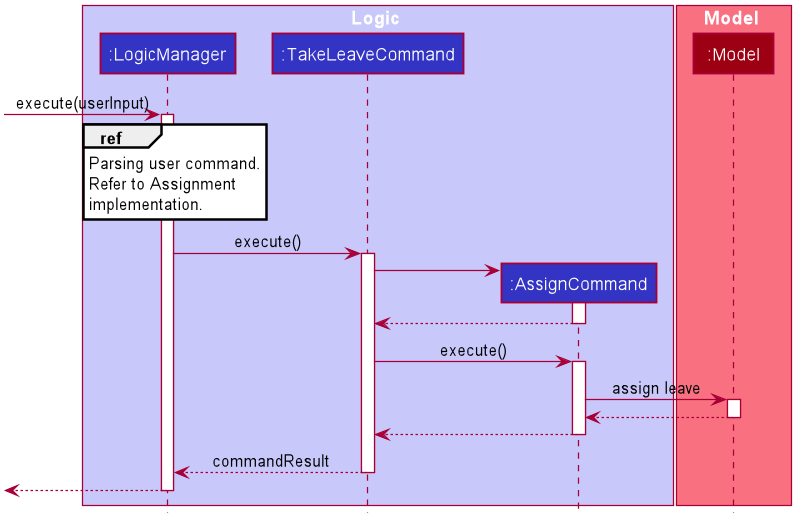
The PlantUML diagram docs/images/LeaveCommandsSequenceDiagram.png in wakululuu/tp, before a commit.
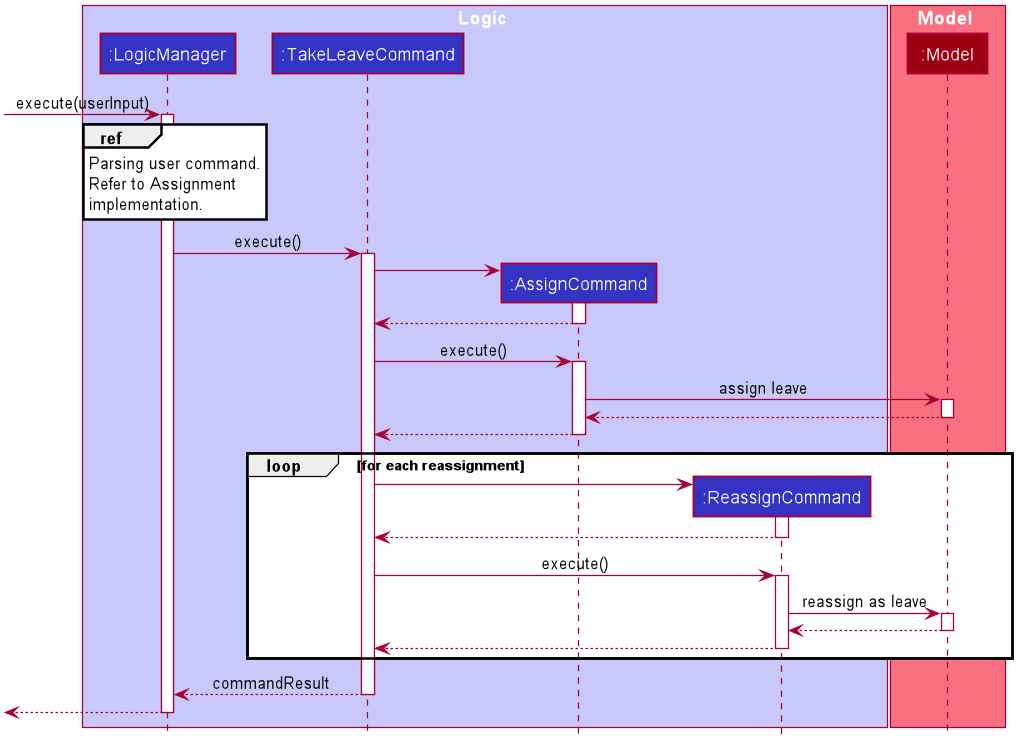
The same file after the commit.

Commit message:
Update UserGuide and DeveloperGuide based on updated leave implementation

Diff of the diagram source:
```diff
@@ -17,6 +17,8 @@
     BorderColor #FFFFFF
     StereotypeFontColor #FFFFFF
     FontName Arial
+    AttributeFontColor #FFFFFF
+    AttributeFontName Arial
 }
 
 skinparam Actor {
@@ -45,13 +47,14 @@
 skinparam packageStyle Rectangle
 
 hide footbox
-hide members
+hide empty members
 hide circle
 
 box Logic #C8C8FA
 participant ":LogicManager" as LogicManager #3333C4
 participant ":TakeLeaveCommand" as TakeLeaveCommand #3333C4
 participant ":AssignCommand" as AssignCommand #3333C4
+participant ":ReassignCommand" as ReassignCommand #3333C4
 end box
 
 box Model #F97181
@@ -66,7 +69,6 @@
     Refer to Assignment
     implementation.
 end ref
-
 
 LogicManager -> TakeLeaveCommand : execute()
 activate TakeLeaveCommand
@@ -89,6 +91,26 @@
 AssignCommand --> TakeLeaveCommand
 deactivate AssignCommand
 
+loop for each reassignment
+create ReassignCommand
+TakeLeaveCommand -> ReassignCommand
+activate ReassignCommand
+ReassignCommand --> TakeLeaveCommand
+deactivate ReassignCommand
+
+TakeLeaveCommand -> ReassignCommand : execute()
+activate ReassignCommand
+
+ReassignCommand -> Model: reassign as leave
+activate Model
+
+Model --> ReassignCommand
+deactivate Model
+
+ReassignCommand --> TakeLeaveCommand
+deactivate ReassignCommand
+end
+
 TakeLeaveCommand --> LogicManager : commandResult
 deactivate TakeLeaveCommand
 
```
